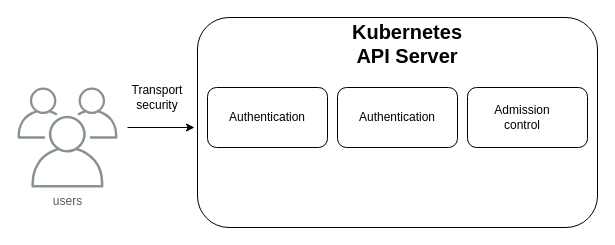
xmik/MastersThesis keeps this draw.io diagram as figures/api-server-security.drawio. Above is the earlier version. Source tidied: cells renumbered, new cells numbered last; positions are measured from the earlier drawing's top-left corner, leaving out a move shared by most shapes. Both pictures are drawn from the tidied source at 100%, with x=0, y=0 at pixel (17, 17).
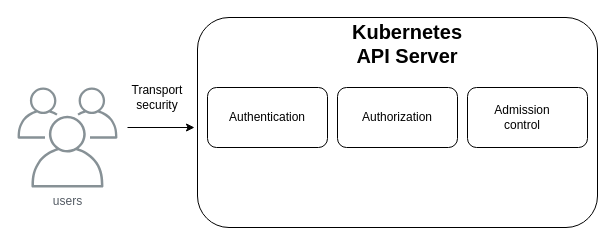
After the change.

Commit message:
fix api server security schema

What changed in the source:
```diff
@@
 <mxGraphModel>
   <root>
     <mxCell id="0" />
     <mxCell id="1" parent="0" />
     <mxCell id="2" style="rounded=1;whiteSpace=wrap;html=1;" parent="1" vertex="1">
       <mxGeometry x="180" width="400" height="210" as="geometry" />
     </mxCell>
     <mxCell id="3" value="users" style="gradientColor=none;fontColor=#545B64;strokeColor=none;fillColor=#879196;dashed=0;verticalLabelPosition=bottom;verticalAlign=top;align=center;html=1;fontSize=12;fontStyle=0;shape=mxgraph.aws4.illustration_users;" parent="1" vertex="1">
       <mxGeometry y="70" width="100" height="100" as="geometry" />
     </mxCell>
     <mxCell id="4" value="&lt;b&gt;&lt;font style=&quot;font-size: 20px&quot;&gt;Kubernetes API Server&lt;/font&gt;&lt;/b&gt;" style="text;html=1;strokeColor=none;fillColor=none;align=center;verticalAlign=middle;whiteSpace=wrap;rounded=0;" parent="1" vertex="1">
       <mxGeometry x="330" y="10" width="120" height="31" as="geometry" />
     </mxCell>
     <mxCell id="5" style="group;" parent="1" vertex="1">
       <mxGeometry x="190" y="70" width="120" height="60" as="geometry" />
     </mxCell>
     <mxCell id="6" style="rounded=1;whiteSpace=wrap;html=1;" parent="5" vertex="1">
       <mxGeometry width="120" height="60" as="geometry" />
     </mxCell>
     <mxCell id="7" value="Authentication" style="text;html=1;strokeColor=none;fillColor=none;align=center;verticalAlign=middle;whiteSpace=wrap;rounded=0;" parent="5" vertex="1">
       <mxGeometry x="40" y="20" width="40" height="20" as="geometry" />
     </mxCell>
     <mxCell id="8" style="group;" parent="1" vertex="1">
       <mxGeometry x="320" y="70" width="120" height="60" as="geometry" />
     </mxCell>
     <mxCell id="9" style="rounded=1;whiteSpace=wrap;html=1;" parent="8" vertex="1">
       <mxGeometry width="120" height="60" as="geometry" />
     </mxCell>
-    <mxCell id="10" value="Authentication" style="text;html=1;strokeColor=none;fillColor=none;align=center;verticalAlign=middle;whiteSpace=wrap;rounded=0;" parent="8" vertex="1">
+    <mxCell id="10" value="Authorization" style="text;html=1;strokeColor=none;fillColor=none;align=center;verticalAlign=middle;whiteSpace=wrap;rounded=0;" parent="8" vertex="1">
       <mxGeometry x="40" y="20" width="40" height="20" as="geometry" />
     </mxCell>
     <mxCell id="11" style="group;" parent="1" vertex="1">
       <mxGeometry x="450" y="70" width="120" height="60" as="geometry" />
     </mxCell>
     <mxCell id="12" style="rounded=1;whiteSpace=wrap;html=1;" parent="11" vertex="1">
       <mxGeometry width="120" height="60" as="geometry" />
     </mxCell>
     <mxCell id="13" value="Admission control" style="text;html=1;strokeColor=none;fillColor=none;align=center;verticalAlign=middle;whiteSpace=wrap;rounded=0;" parent="11" vertex="1">
       <mxGeometry x="10" y="20" width="90" height="20" as="geometry" />
     </mxCell>
     <mxCell id="14" style="endArrow=classic;html=1;" parent="1" edge="1">
       <mxGeometry relative="1" as="geometry">
         <mxPoint x="110" y="110" as="sourcePoint" />
         <mxPoint x="177" y="110" as="targetPoint" />
       </mxGeometry>
     </mxCell>
     <mxCell id="15" value="Transport security" style="text;html=1;strokeColor=none;fillColor=none;align=center;verticalAlign=middle;whiteSpace=wrap;rounded=0;" parent="1" vertex="1">
       <mxGeometry x="120" y="70" width="40" height="20" as="geometry" />
     </mxCell>
   </root>
 </mxGraphModel>
```
